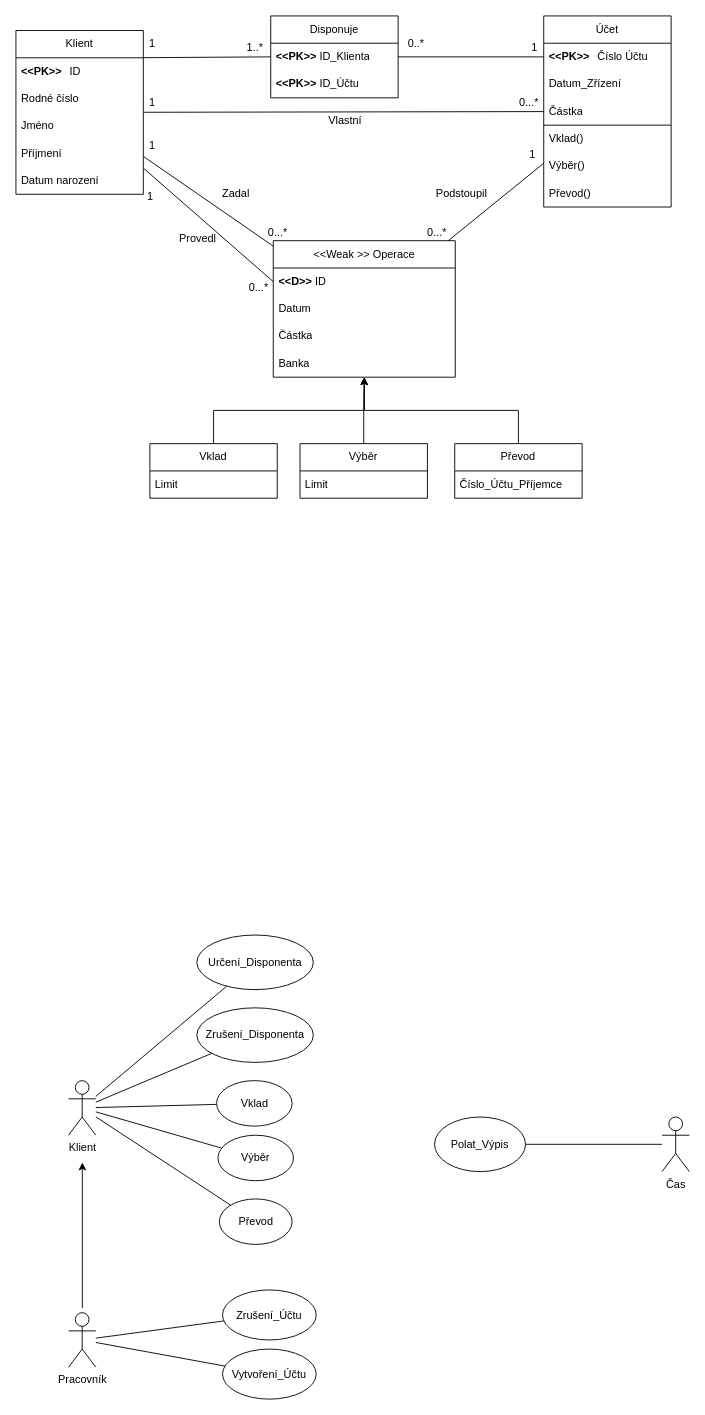
Zyroshima/IDS keeps this draw.io diagram as Untitled Diagram.drawio. Above is the earlier version. Source tidied: cells renumbered, new cells numbered last; positions are measured from the earlier drawing's top-left corner, leaving out a move shared by most shapes. Both pictures are drawn from the tidied source at 91%, with x=0, y=0 at pixel (15, 15).
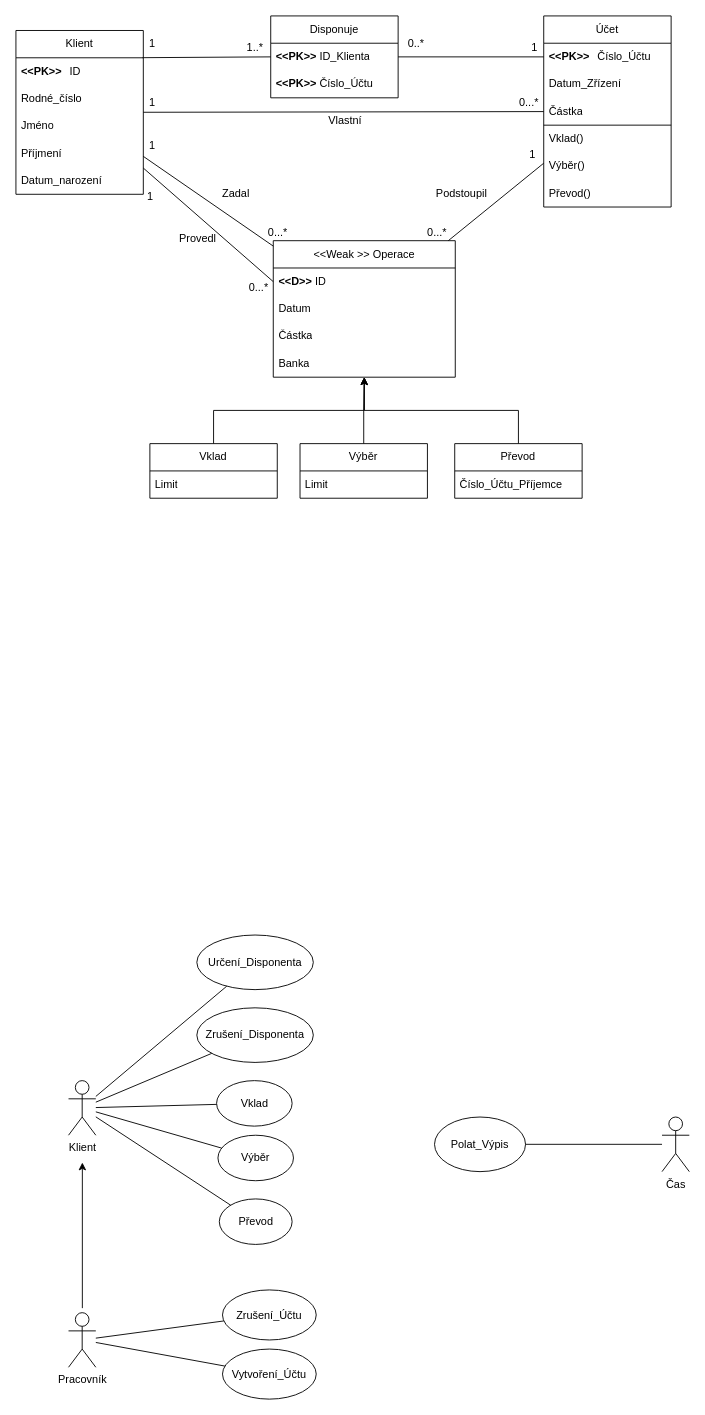
The same page after the edit.

Unchanged cells that the change refers to:
```xml
<mxCell id="2" value="Klient" style="swimlane;fontStyle=0;horizontal=1;startSize=30;whiteSpace=wrap;html=1;" parent="1" vertex="1">
  <mxGeometry y="16" width="140" height="180" as="geometry" />
</mxCell>
<mxCell id="8" value="Účet" style="swimlane;fontStyle=0;horizontal=1;startSize=30;whiteSpace=wrap;html=1;" parent="1" vertex="1">
  <mxGeometry x="580" width="140" height="210" as="geometry" />
</mxCell>
<mxCell id="43" value="Disponuje" style="swimlane;fontStyle=0;horizontal=1;startSize=30;whiteSpace=wrap;html=1;" parent="1" vertex="1">
  <mxGeometry x="280" width="140" height="90" as="geometry" />
</mxCell>
```

The edit, as a diff of the source:
```diff
@@
-    <mxCell id="4" value="Rodné číslo" style="text;strokeColor=none;fillColor=none;align=left;verticalAlign=middle;spacingLeft=4;spacingRight=4;overflow=hidden;whiteSpace=wrap;html=1;" parent="2" vertex="1">
+    <mxCell id="4" value="Rodné_číslo" style="text;strokeColor=none;fillColor=none;align=left;verticalAlign=middle;spacingLeft=4;spacingRight=4;overflow=hidden;whiteSpace=wrap;html=1;" parent="2" vertex="1">
       <mxGeometry y="60" width="140" height="30" as="geometry" />
     </mxCell>
@@
-    <mxCell id="7" value="Datum narození" style="text;strokeColor=none;fillColor=none;align=left;verticalAlign=middle;spacingLeft=4;spacingRight=4;overflow=hidden;whiteSpace=wrap;html=1;" parent="2" vertex="1">
+    <mxCell id="7" value="Datum_narození" style="text;strokeColor=none;fillColor=none;align=left;verticalAlign=middle;spacingLeft=4;spacingRight=4;overflow=hidden;whiteSpace=wrap;html=1;" parent="2" vertex="1">
       <mxGeometry y="150" width="140" height="30" as="geometry" />
     </mxCell>
@@
-    <mxCell id="9" value="&lt;b&gt;&amp;lt;&amp;lt;PK&amp;gt;&amp;gt;&lt;/b&gt;&lt;span style=&quot;white-space: pre;&quot;&gt;&#9;&lt;/span&gt;Číslo Účtu" style="text;strokeColor=none;fillColor=none;align=left;verticalAlign=middle;spacingLeft=4;spacingRight=4;overflow=hidden;points=[[0,0.5],[1,0.5]];portConstraint=eastwest;whiteSpace=wrap;html=1;" parent="8" vertex="1">
+    <mxCell id="9" value="&lt;b&gt;&amp;lt;&amp;lt;PK&amp;gt;&amp;gt;&lt;/b&gt;&lt;span style=&quot;white-space: pre;&quot;&gt;&#9;&lt;/span&gt;Číslo_Účtu" style="text;strokeColor=none;fillColor=none;align=left;verticalAlign=middle;spacingLeft=4;spacingRight=4;overflow=hidden;points=[[0,0.5],[1,0.5]];portConstraint=eastwest;whiteSpace=wrap;html=1;" parent="8" vertex="1">
       <mxGeometry y="30" width="140" height="30" as="geometry" />
     </mxCell>
@@
-    <mxCell id="45" value="&lt;b&gt;&amp;lt;&amp;lt;PK&amp;gt;&amp;gt; &lt;/b&gt;ID_Účtu" style="text;strokeColor=none;fillColor=none;align=left;verticalAlign=middle;spacingLeft=4;spacingRight=4;overflow=hidden;whiteSpace=wrap;html=1;" parent="43" vertex="1">
+    <mxCell id="45" value="&lt;b&gt;&amp;lt;&amp;lt;PK&amp;gt;&amp;gt; &lt;/b&gt;Číslo_Účtu" style="text;strokeColor=none;fillColor=none;align=left;verticalAlign=middle;spacingLeft=4;spacingRight=4;overflow=hidden;whiteSpace=wrap;html=1;" parent="43" vertex="1">
       <mxGeometry y="60" width="140" height="30" as="geometry" />
     </mxCell>
```
